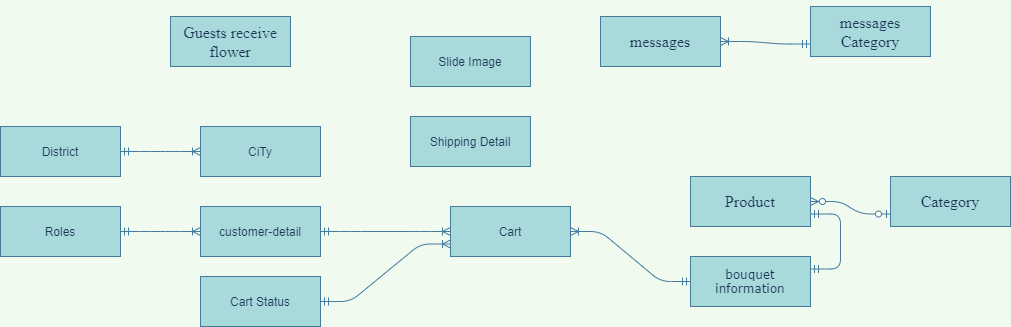
Earlier version of the draw.io export Untitled Diagram.png (maialino123/Eproject-SEM3). Source tidied: cells renumbered, new cells last; positions are measured from the earlier drawing's top-left corner, leaving out a move shared by most shapes.
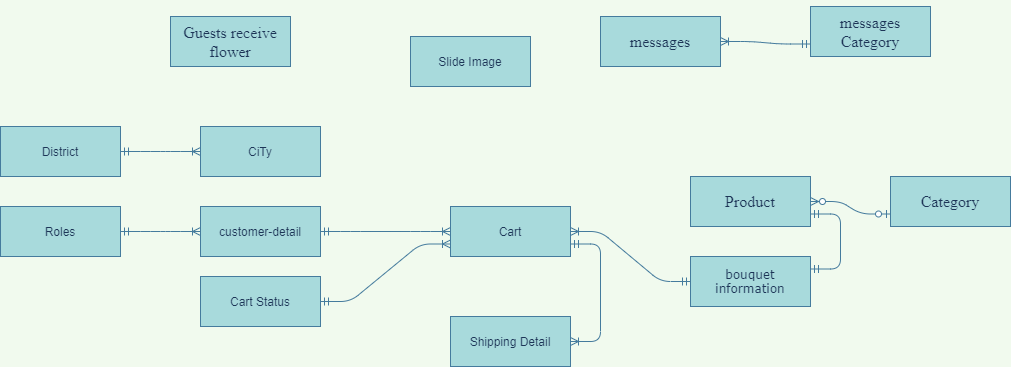
Above is the later version.

Diff of the diagram source:
```diff
@@ -51,7 +51,7 @@
       <mxGeometry x="450" y="200" width="120" height="50" as="geometry" />
     </mxCell>
     <mxCell id="18" value="Shipping Detail" style="whiteSpace=wrap;html=1;align=center;rounded=0;sketch=0;fontColor=#1D3557;strokeColor=#457B9D;fillColor=#A8DADC;" parent="1" vertex="1">
-      <mxGeometry x="410" y="110" width="120" height="50" as="geometry" />
+      <mxGeometry x="450" y="310" width="120" height="50" as="geometry" />
     </mxCell>
     <mxCell id="19" value="Slide Image" style="whiteSpace=wrap;html=1;align=center;rounded=0;sketch=0;fontColor=#1D3557;strokeColor=#457B9D;fillColor=#A8DADC;" parent="1" vertex="1">
       <mxGeometry x="410" y="30" width="120" height="50" as="geometry" />
@@ -68,5 +68,8 @@
     <mxCell id="23" style="edgeStyle=entityRelationEdgeStyle;fontSize=12;html=1;endArrow=ERoneToMany;startArrow=ERmandOne;fontColor=#1D3557;strokeColor=#457B9D;fillColor=#A8DADC;entryX=0;entryY=0.75;entryDx=0;entryDy=0;labelBackgroundColor=#F1FAEE;exitX=1;exitY=0.5;exitDx=0;exitDy=0;" parent="1" edge="1" source="15" target="17">
       <mxGeometry relative="1" as="geometry" />
     </mxCell>
+    <mxCell id="24" style="edgeStyle=entityRelationEdgeStyle;fontSize=12;html=1;endArrow=ERoneToMany;startArrow=ERmandOne;fontColor=#1D3557;strokeColor=#457B9D;fillColor=#A8DADC;labelBackgroundColor=#F1FAEE;entryX=1;entryY=0.5;entryDx=0;entryDy=0;exitX=1;exitY=0.75;exitDx=0;exitDy=0;" parent="1" edge="1" source="17" target="18">
+      <mxGeometry relative="1" as="geometry" />
+    </mxCell>
   </root>
 </mxGraphModel>
```
